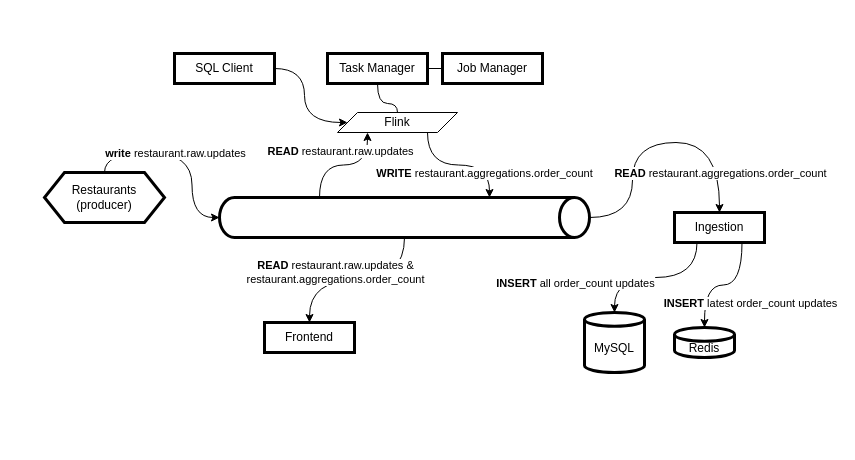
Above: flink-feature-store.drawio in fferegrino/flink-feature-store (draw.io), before the change. Source tidied: cells renumbered, new cells numbered last; positions are measured from the earlier drawing's top-left corner, leaving out a move shared by most shapes. Both pictures are drawn from the tidied source at 100%, with x=0, y=0 at pixel (44, 32).
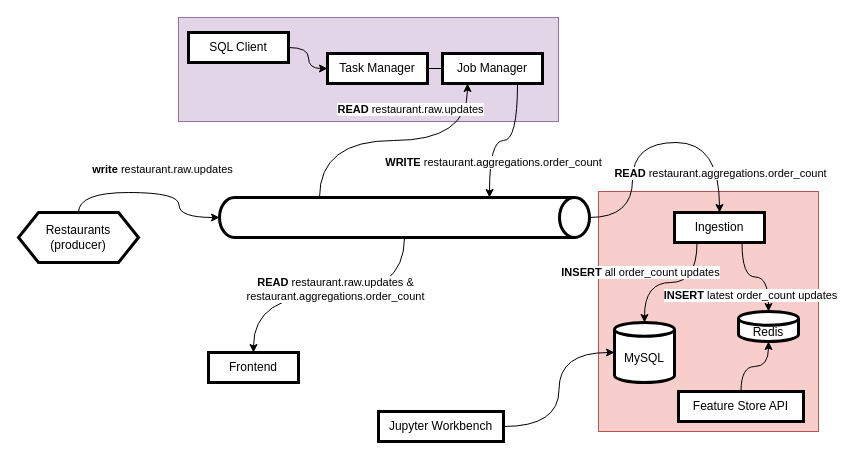
After the change.

The change refers to these unchanged cells:
```xml
<mxCell id="8" style="shape=cylinder3;whiteSpace=wrap;html=1;boundedLbl=1;backgroundOutline=1;size=15;rotation=90;strokeWidth=3;" parent="1" vertex="1">
  <mxGeometry x="340" width="40" height="370" as="geometry" />
</mxCell>
<mxCell id="15" value="Task Manager" style="rounded=0;whiteSpace=wrap;html=1;strokeWidth=3;" parent="1" vertex="1">
  <mxGeometry x="283" y="21" width="100" height="30" as="geometry" />
</mxCell>
<mxCell id="16" value="Job Manager" style="rounded=0;whiteSpace=wrap;html=1;strokeWidth=3;" parent="1" vertex="1">
  <mxGeometry x="398" y="21" width="100" height="30" as="geometry" />
</mxCell>
<mxCell id="25" style="edgeStyle=orthogonalEdgeStyle;rounded=0;jettySize=auto;html=1;exitX=0.25;exitY=1;exitDx=0;exitDy=0;entryX=0.5;entryY=0;entryDx=0;entryDy=0;entryPerimeter=0;curved=1;" parent="1" edge="1" source="22" target="24">
  <mxGeometry relative="1" as="geometry" />
</mxCell>
```

Change to the diagram source:
```diff
@@
+    <mxCell id="29" style="rounded=0;whiteSpace=wrap;html=1;fillColor=#e1d5e7;strokeColor=#9673a6;" parent="1" vertex="1">
+      <mxGeometry x="134" y="-15" width="380" height="104" as="geometry" />
+    </mxCell>
+    <mxCell id="30" style="rounded=0;whiteSpace=wrap;html=1;fillColor=#f8cecc;strokeColor=#b85450;" parent="1" vertex="1">
+      <mxGeometry x="554" y="159" width="220" height="240" as="geometry" />
+    </mxCell>
-    <mxCell id="2" style="edgeStyle=orthogonalEdgeStyle;rounded=0;jettySize=auto;html=1;exitX=0;exitY=0;exitDx=0;exitDy=270;exitPerimeter=0;entryX=0.25;entryY=1;entryDx=0;entryDy=0;curved=1;" parent="1" edge="1" source="8" target="12">
+    <mxCell id="2" style="edgeStyle=orthogonalEdgeStyle;rounded=0;jettySize=auto;html=1;exitX=0;exitY=0;exitDx=0;exitDy=270;exitPerimeter=0;entryX=0.25;entryY=1;entryDx=0;entryDy=0;curved=1;" parent="1" edge="1" source="8" target="16">
       <mxGeometry relative="1" as="geometry" />
     </mxCell>
     <mxCell id="3" value="&lt;b&gt;READ&lt;/b&gt; restaurant.raw.updates" style="edgeLabel;html=1;align=center;verticalAlign=middle;" parent="2" vertex="1">
       <mxGeometry x="0.31" y="6" relative="1" as="geometry">
-        <mxPoint x="-21" y="-8" as="offset" />
+        <mxPoint x="-25" y="-26" as="offset" />
       </mxGeometry>
     </mxCell>
@@
     <mxCell id="9" value="Restaurants&lt;div&gt;(producer)&lt;/div&gt;" style="shape=hexagon;perimeter=hexagonPerimeter2;whiteSpace=wrap;html=1;fixedSize=1;strokeWidth=3;" parent="1" vertex="1">
-      <mxGeometry y="140" width="120" height="50" as="geometry" />
+      <mxGeometry x="-26" y="180" width="120" height="50" as="geometry" />
     </mxCell>
@@
-    <mxCell id="12" value="Flink" style="shape=parallelogram;perimeter=parallelogramPerimeter;whiteSpace=wrap;html=1;fixedSize=1;" parent="1" vertex="1">
-      <mxGeometry x="293" y="80" width="120" height="20" as="geometry" />
-    </mxCell>
@@
-    <mxCell id="14" style="edgeStyle=orthogonalEdgeStyle;rounded=0;jettySize=auto;html=1;entryX=0.5;entryY=0;entryDx=0;entryDy=0;curved=1;endArrow=none;endFill=0;" parent="1" edge="1" source="15" target="12">
-      <mxGeometry relative="1" as="geometry" />
-    </mxCell>
@@
-    <mxCell id="17" style="edgeStyle=orthogonalEdgeStyle;rounded=0;jettySize=auto;html=1;exitX=0.75;exitY=1;exitDx=0;exitDy=0;entryX=0;entryY=0;entryDx=0;entryDy=100;entryPerimeter=0;curved=1;" parent="1" edge="1" source="12" target="8">
+    <mxCell id="17" style="edgeStyle=orthogonalEdgeStyle;rounded=0;jettySize=auto;html=1;entryX=0;entryY=0;entryDx=0;entryDy=100;entryPerimeter=0;curved=1;exitX=0.75;exitY=1;exitDx=0;exitDy=0;" parent="1" edge="1" source="16" target="8">
       <mxGeometry relative="1" as="geometry" />
     </mxCell>
     <mxCell id="18" value="&lt;b&gt;WRITE&lt;/b&gt; restaurant.aggregations.order_count" style="edgeLabel;html=1;align=center;verticalAlign=middle;" parent="17" vertex="1">
       <mxGeometry x="0.25" y="-6" relative="1" as="geometry">
-        <mxPoint x="10" y="2" as="offset" />
+        <mxPoint x="9" y="17" as="offset" />
       </mxGeometry>
     </mxCell>
     <mxCell id="19" value="Frontend" style="rounded=0;whiteSpace=wrap;html=1;strokeWidth=3;" parent="1" vertex="1">
-      <mxGeometry x="220" y="290" width="90" height="30" as="geometry" />
+      <mxGeometry x="164" y="320" width="90" height="30" as="geometry" />
     </mxCell>
@@
     <mxCell id="23" value="Redis" style="shape=cylinder3;whiteSpace=wrap;html=1;boundedLbl=1;backgroundOutline=1;size=6.913043478260931;strokeWidth=3;" parent="1" vertex="1">
-      <mxGeometry x="630" y="295" width="60" height="30" as="geometry" />
+      <mxGeometry x="694" y="279" width="60" height="30" as="geometry" />
     </mxCell>
     <mxCell id="24" value="MySQL" style="shape=cylinder3;whiteSpace=wrap;html=1;boundedLbl=1;backgroundOutline=1;size=6.913043478260931;strokeWidth=3;" parent="1" vertex="1">
-      <mxGeometry x="540" y="280" width="60" height="60" as="geometry" />
+      <mxGeometry x="570" y="290" width="60" height="60" as="geometry" />
     </mxCell>
@@
     <mxCell id="26" value="&lt;b&gt;INSERT&lt;/b&gt; all order_count updates" style="edgeLabel;html=1;align=center;verticalAlign=middle;" parent="25" vertex="1">
       <mxGeometry x="-0.33" y="-6" relative="1" as="geometry">
-        <mxPoint x="-106" y="11" as="offset" />
+        <mxPoint x="-53" y="-5" as="offset" />
       </mxGeometry>
     </mxCell>
-    <mxCell id="27" style="edgeStyle=orthogonalEdgeStyle;rounded=0;jettySize=auto;html=1;entryX=0;entryY=0.5;entryDx=0;entryDy=0;exitX=1;exitY=0.5;exitDx=0;exitDy=0;curved=1;" parent="1" edge="1" source="28" target="12">
-      <mxGeometry relative="1" as="geometry">
-        <Array as="points">
-          <mxPoint x="260" y="36" />
-          <mxPoint x="260" y="90" />
-        </Array>
-      </mxGeometry>
-    </mxCell>
+    <mxCell id="31" style="edgeStyle=orthogonalEdgeStyle;rounded=0;jettySize=auto;html=1;exitX=1;exitY=0.5;exitDx=0;exitDy=0;entryX=0;entryY=0.5;entryDx=0;entryDy=0;curved=1;" parent="1" edge="1" source="28" target="15">
+      <mxGeometry relative="1" as="geometry" />
+    </mxCell>
     <mxCell id="28" value="SQL Client" style="rounded=0;whiteSpace=wrap;html=1;strokeWidth=3;" parent="1" vertex="1">
-      <mxGeometry x="130" y="21" width="100" height="30" as="geometry" />
+      <mxGeometry x="144" width="100" height="30" as="geometry" />
     </mxCell>
+    <mxCell id="32" value="Jupyter Workbench" style="rounded=0;whiteSpace=wrap;html=1;strokeWidth=3;" parent="1" vertex="1">
+      <mxGeometry x="334" y="379" width="125" height="30" as="geometry" />
+    </mxCell>
+    <mxCell id="33" style="edgeStyle=orthogonalEdgeStyle;rounded=0;jettySize=auto;html=1;entryX=0;entryY=0.5;entryDx=0;entryDy=0;entryPerimeter=0;curved=1;" parent="1" edge="1" source="32" target="24">
+      <mxGeometry relative="1" as="geometry" />
+    </mxCell>
+    <mxCell id="34" value="Feature Store API" style="rounded=0;whiteSpace=wrap;html=1;strokeWidth=3;" parent="1" vertex="1">
+      <mxGeometry x="634" y="359" width="125" height="30" as="geometry" />
+    </mxCell>
+    <mxCell id="35" style="edgeStyle=orthogonalEdgeStyle;rounded=0;jettySize=auto;html=1;entryX=0.5;entryY=1;entryDx=0;entryDy=0;entryPerimeter=0;curved=1;" parent="1" edge="1" source="34" target="23">
+      <mxGeometry relative="1" as="geometry" />
+    </mxCell>
```
